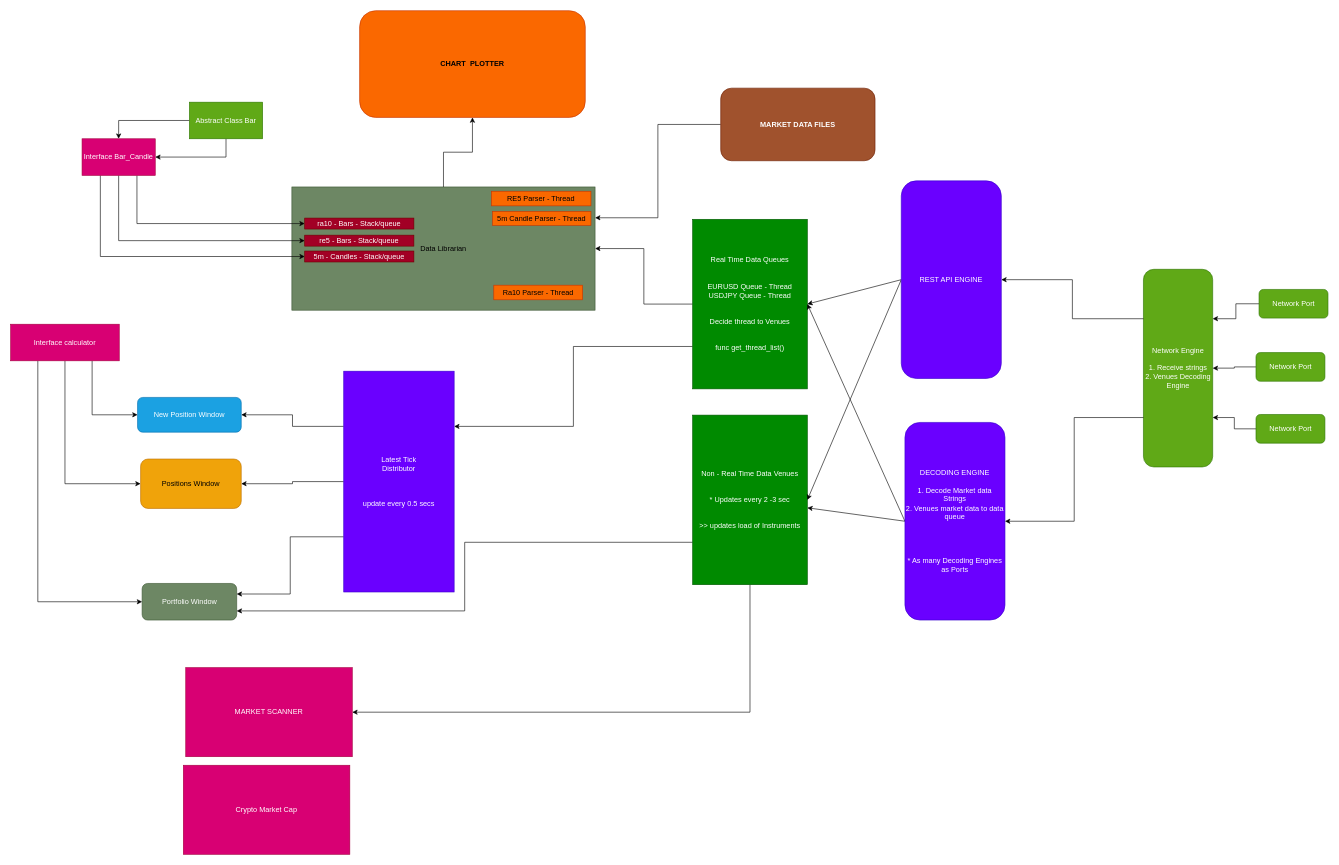
Before: page "Page-1" (1 of 2) of 11 LIGHTNING DOCUMENTATION & PROPOSAL/DOCUMENTATION & DESIGHN DIAGRAMS/DATAFLOW Diagram - Market Data PipeLine.drawio in STANLEYKINYUA/LIGHTNING, a draw.io diagram. Source tidied: cells renumbered, new cells numbered last; positions are measured from the earlier drawing's top-left corner, leaving out a move shared by most shapes. Both pictures are drawn from the tidied source at 61%, with x=0, y=0 at pixel (10, 10).
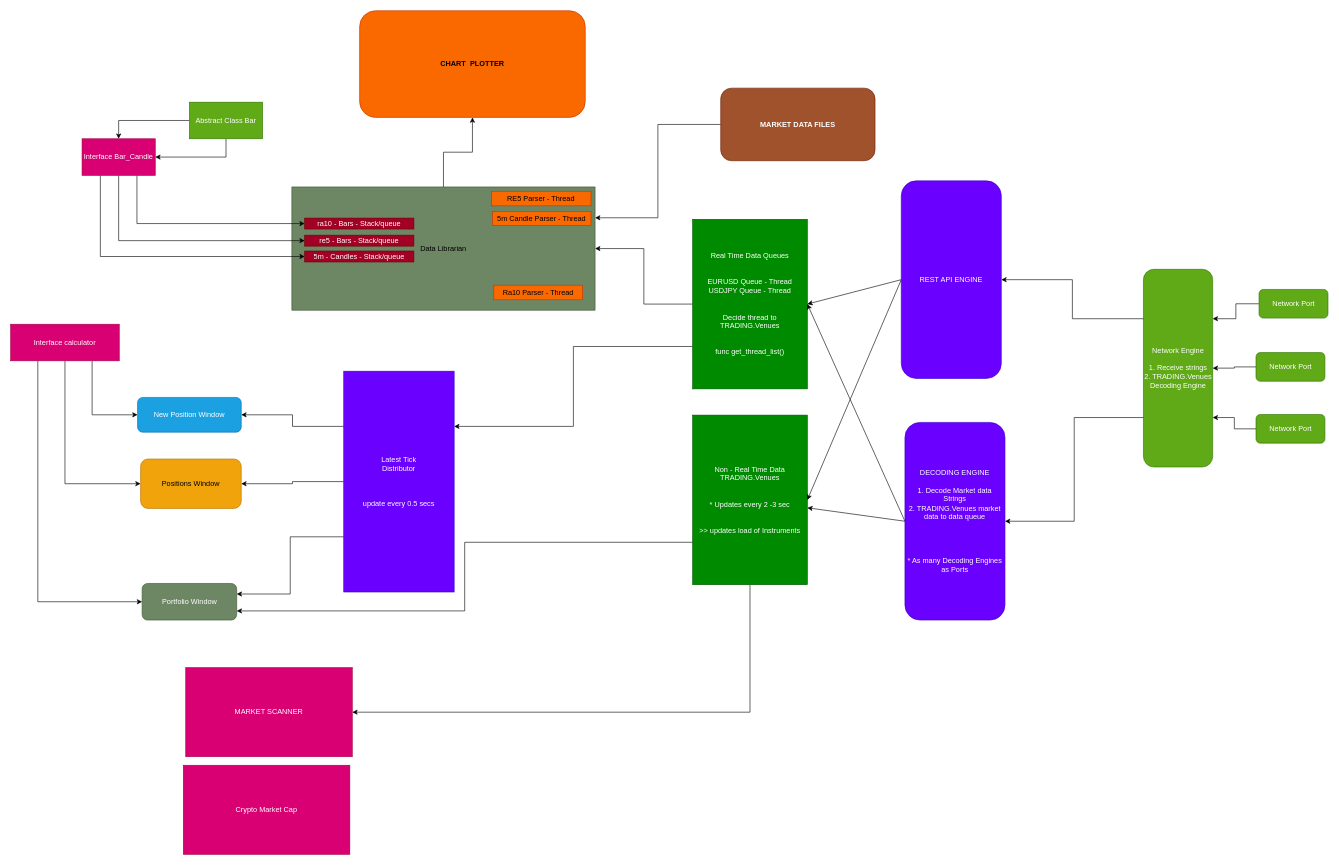
After the change.

Unchanged cells that the change refers to:
```xml
<mxCell id="48" style="group;" parent="1" vertex="1">
  <mxGeometry x="1857" y="424" width="302.5" height="324" as="geometry" />
</mxCell>
```

What changed in the source:
```diff
@@
-    <mxCell id="4" value="Real Time Data Queues&lt;br&gt;&lt;br&gt;&lt;br&gt;EURUSD Queue - Thread&lt;br&gt;USDJPY Queue - Thread&lt;br&gt;&lt;br&gt;&lt;br&gt;Decide thread to Venues&lt;br&gt;&lt;br&gt;&lt;br&gt;func get_thread_list()" style="rounded=0;whiteSpace=wrap;html=1;fillColor=#008a00;fontColor=#ffffff;strokeColor=#005700;" parent="1" vertex="1">
+    <mxCell id="4" value="Real Time Data Queues&lt;br&gt;&lt;br&gt;&lt;br&gt;EURUSD Queue - Thread&lt;br&gt;USDJPY Queue - Thread&lt;br&gt;&lt;br&gt;&lt;br&gt;Decide thread to TRADING.Venues&lt;br&gt;&lt;br&gt;&lt;br&gt;func get_thread_list()" style="rounded=0;whiteSpace=wrap;html=1;fillColor=#008a00;fontColor=#ffffff;strokeColor=#005700;" parent="1" vertex="1">
       <mxGeometry x="1118" y="342" width="188" height="278" as="geometry" />
     </mxCell>
@@
-    <mxCell id="42" value="DECODING ENGINE&lt;br&gt;&lt;br&gt;1. Decode Market data Strings&lt;br&gt;2. Venues market data to data queue&lt;br&gt;&lt;br&gt;&lt;br&gt;&lt;br&gt;&lt;br&gt;* As many Decoding Engines as Ports" style="rounded=1;whiteSpace=wrap;html=1;fillColor=#6a00ff;fontColor=#ffffff;strokeColor=#3700CC;" parent="1" vertex="1">
+    <mxCell id="42" value="DECODING ENGINE&lt;br&gt;&lt;br&gt;1. Decode Market data Strings&lt;br&gt;2. TRADING.Venues market data to data queue&lt;br&gt;&lt;br&gt;&lt;br&gt;&lt;br&gt;&lt;br&gt;* As many Decoding Engines as Ports" style="rounded=1;whiteSpace=wrap;html=1;fillColor=#6a00ff;fontColor=#ffffff;strokeColor=#3700CC;" parent="1" vertex="1">
       <mxGeometry x="1466" y="675" width="164" height="324" as="geometry" />
     </mxCell>
@@
-    <mxCell id="45" value="Non - Real Time Data Venues&lt;br&gt;&lt;br&gt;&lt;br&gt;* Updates every 2 -3 sec&lt;br&gt;&lt;br&gt;&lt;br&gt;&amp;gt;&amp;gt; updates load of Instruments" style="rounded=0;whiteSpace=wrap;html=1;fillColor=#008a00;fontColor=#ffffff;strokeColor=#005700;" parent="1" vertex="1">
+    <mxCell id="45" value="Non - Real Time Data TRADING.Venues&lt;br&gt;&lt;br&gt;&lt;br&gt;* Updates every 2 -3 sec&lt;br&gt;&lt;br&gt;&lt;br&gt;&amp;gt;&amp;gt; updates load of Instruments" style="rounded=0;whiteSpace=wrap;html=1;fillColor=#008a00;fontColor=#ffffff;strokeColor=#005700;" parent="1" vertex="1">
       <mxGeometry x="1118" y="663" width="188" height="278" as="geometry" />
     </mxCell>
@@
-    <mxCell id="49" value="Network Engine&lt;br&gt;&lt;br&gt;1. Receive strings&lt;br&gt;2. Venues Decoding Engine" style="rounded=1;whiteSpace=wrap;html=1;fillColor=#60a917;fontColor=#ffffff;strokeColor=#2D7600;" parent="48" vertex="1">
+    <mxCell id="49" value="Network Engine&lt;br&gt;&lt;br&gt;1. Receive strings&lt;br&gt;2. TRADING.Venues Decoding Engine" style="rounded=1;whiteSpace=wrap;html=1;fillColor=#60a917;fontColor=#ffffff;strokeColor=#2D7600;" parent="48" vertex="1">
       <mxGeometry width="113.5" height="324" as="geometry" />
     </mxCell>
```
